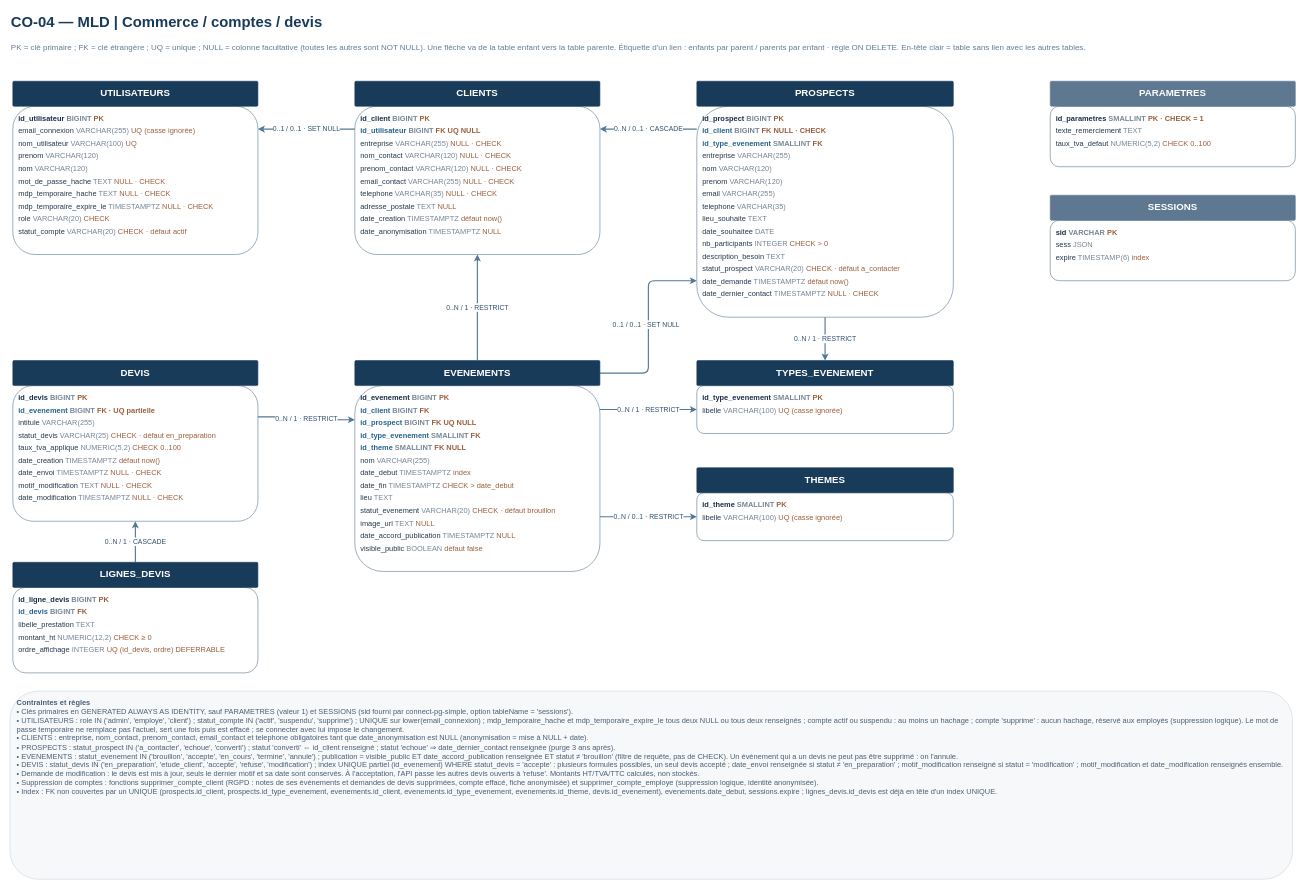
The draw.io diagram page "Commerce / comptes / devis" (1 of 2) of docs/conception/CO-04-MLD.drawio.xml in Onizuka-05/innov-events-manager, before the edit. Source tidied: cells renumbered, new cells numbered last; positions are measured from the earlier drawing's top-left corner, leaving out a move shared by most shapes. Both pictures are drawn from the tidied source at 57%, with x=0, y=0 at pixel (10, 10).
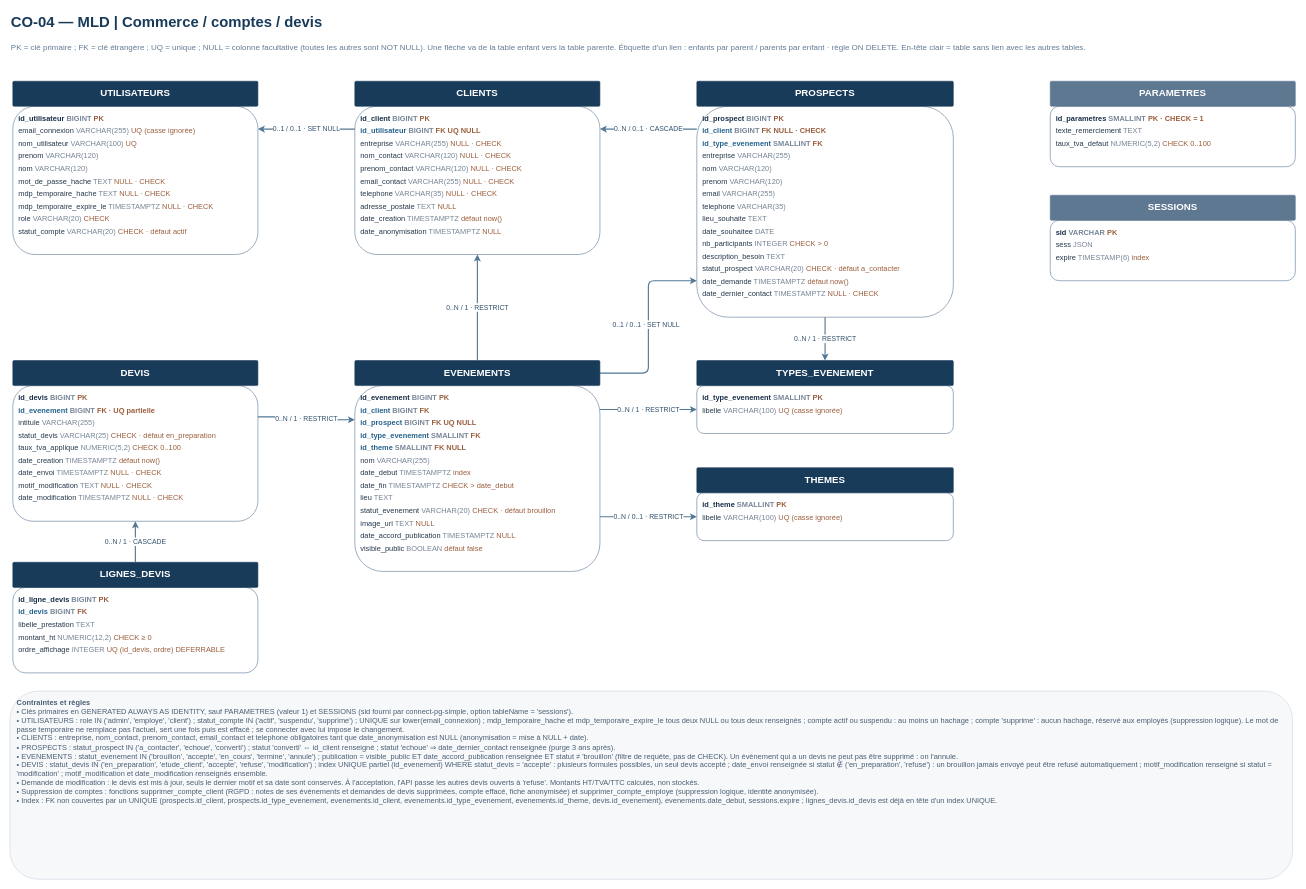
Above is the later version.

The edit, as a diff of the source:
```diff
@@
-    <mxCell id="34" value="&lt;b&gt;Contraintes et règles&lt;/b&gt;&lt;br&gt;• Clés primaires en GENERATED ALWAYS AS IDENTITY, sauf PARAMETRES (valeur 1) et SESSIONS (sid fourni par connect-pg-simple, option tableName = 'sessions').&lt;br&gt;• UTILISATEURS : role IN ('admin', 'employe', 'client') ; statut_compte IN ('actif', 'suspendu', 'supprime') ; UNIQUE sur lower(email_connexion) ; mdp_temporaire_hache et mdp_temporaire_expire_le tous deux NULL ou tous deux renseignés ; compte actif ou suspendu : au moins un hachage ; compte 'supprime' : aucun hachage, réservé aux employés (suppression logique). Le mot de passe temporaire ne remplace pas l'actuel, sert une fois puis est effacé ; se connecter avec lui impose le changement.&lt;br&gt;• CLIENTS : entreprise, nom_contact, prenom_contact, email_contact et telephone obligatoires tant que date_anonymisation est NULL (anonymisation = mise à NULL + date).&lt;br&gt;• PROSPECTS : statut_prospect IN ('a_contacter', 'echoue', 'converti') ; statut 'converti' ⇔ id_client renseigné ; statut 'echoue' ⇒ date_dernier_contact renseignée (purge 3 ans après).&lt;br&gt;• EVENEMENTS : statut_evenement IN ('brouillon', 'accepte', 'en_cours', 'termine', 'annule') ; publication = visible_public ET date_accord_publication renseignée ET statut ≠ 'brouillon' (filtre de requête, pas de CHECK). Un événement qui a un devis ne peut pas être supprimé : on l'annule.&lt;br&gt;• DEVIS : statut_devis IN ('en_preparation', 'etude_client', 'accepte', 'refuse', 'modification') ; index UNIQUE partiel (id_evenement) WHERE statut_devis = 'accepte' : plusieurs formules possibles, un seul devis accepté ; date_envoi renseignée si statut ≠ 'en_preparation' ; motif_modification renseigné si statut = 'modification' ; motif_modification et date_modification renseignés ensemble.&lt;br&gt;• Demande de modification : le devis est mis à jour, seuls le dernier motif et sa date sont conservés. À l'acceptation, l'API passe les autres devis ouverts à 'refuse'. Montants HT/TVA/TTC calculés, non stockés.&lt;br&gt;• Suppression de comptes : fonctions supprimer_compte_client (RGPD : notes de ses événements et demandes de devis supprimées, compte effacé, fiche anonymisée) et supprimer_compte_employe (suppression logique, identité anonymisée).&lt;br&gt;• Index : FK non couvertes par un UNIQUE (prospects.id_client, prospects.id_type_evenement, evenements.id_client, evenements.id_type_evenement, evenements.id_theme, devis.id_evenement), evenements.date_debut, sessions.expire ; lignes_devis.id_devis est déjà en tête d'un index UNIQUE." style="text;html=1;whiteSpace=wrap;fontFamily=Arial;fontSize=13;fontColor=#4b5f74;align=left;verticalAlign=top;spacingLeft=10;spacingTop=6;rounded=1;strokeColor=#C9D4DF;fillColor=#F6F8FA;" parent="1" vertex="1">
+    <mxCell id="34" value="&lt;b&gt;Contraintes et règles&lt;/b&gt;&lt;br&gt;• Clés primaires en GENERATED ALWAYS AS IDENTITY, sauf PARAMETRES (valeur 1) et SESSIONS (sid fourni par connect-pg-simple, option tableName = 'sessions').&lt;br&gt;• UTILISATEURS : role IN ('admin', 'employe', 'client') ; statut_compte IN ('actif', 'suspendu', 'supprime') ; UNIQUE sur lower(email_connexion) ; mdp_temporaire_hache et mdp_temporaire_expire_le tous deux NULL ou tous deux renseignés ; compte actif ou suspendu : au moins un hachage ; compte 'supprime' : aucun hachage, réservé aux employés (suppression logique). Le mot de passe temporaire ne remplace pas l'actuel, sert une fois puis est effacé ; se connecter avec lui impose le changement.&lt;br&gt;• CLIENTS : entreprise, nom_contact, prenom_contact, email_contact et telephone obligatoires tant que date_anonymisation est NULL (anonymisation = mise à NULL + date).&lt;br&gt;• PROSPECTS : statut_prospect IN ('a_contacter', 'echoue', 'converti') ; statut 'converti' ⇔ id_client renseigné ; statut 'echoue' ⇒ date_dernier_contact renseignée (purge 3 ans après).&lt;br&gt;• EVENEMENTS : statut_evenement IN ('brouillon', 'accepte', 'en_cours', 'termine', 'annule') ; publication = visible_public ET date_accord_publication renseignée ET statut ≠ 'brouillon' (filtre de requête, pas de CHECK). Un événement qui a un devis ne peut pas être supprimé : on l'annule.&lt;br&gt;• DEVIS : statut_devis IN ('en_preparation', 'etude_client', 'accepte', 'refuse', 'modification') ; index UNIQUE partiel (id_evenement) WHERE statut_devis = 'accepte' : plusieurs formules possibles, un seul devis accepté ; date_envoi renseignée si statut ∉ ('en_preparation', 'refuse') : un brouillon jamais envoyé peut être refusé automatiquement ; motif_modification renseigné si statut = 'modification' ; motif_modification et date_modification renseignés ensemble.&lt;br&gt;• Demande de modification : le devis est mis à jour, seuls le dernier motif et sa date sont conservés. À l'acceptation, l'API passe les autres devis ouverts à 'refuse'. Montants HT/TVA/TTC calculés, non stockés.&lt;br&gt;• Suppression de comptes : fonctions supprimer_compte_client (RGPD : notes de ses événements et demandes de devis supprimées, compte effacé, fiche anonymisée) et supprimer_compte_employe (suppression logique, identité anonymisée).&lt;br&gt;• Index : FK non couvertes par un UNIQUE (prospects.id_client, prospects.id_type_evenement, evenements.id_client, evenements.id_type_evenement, evenements.id_theme, devis.id_evenement), evenements.date_debut, sessions.expire ; lignes_devis.id_devis est déjà en tête d'un index UNIQUE." style="text;html=1;whiteSpace=wrap;fontFamily=Arial;fontSize=13;fontColor=#4b5f74;align=left;verticalAlign=top;spacingLeft=10;spacingTop=6;rounded=1;strokeColor=#C9D4DF;fillColor=#F6F8FA;" parent="1" vertex="1">
       <mxGeometry y="1195" width="2250" height="330" as="geometry" />
     </mxCell>
```
